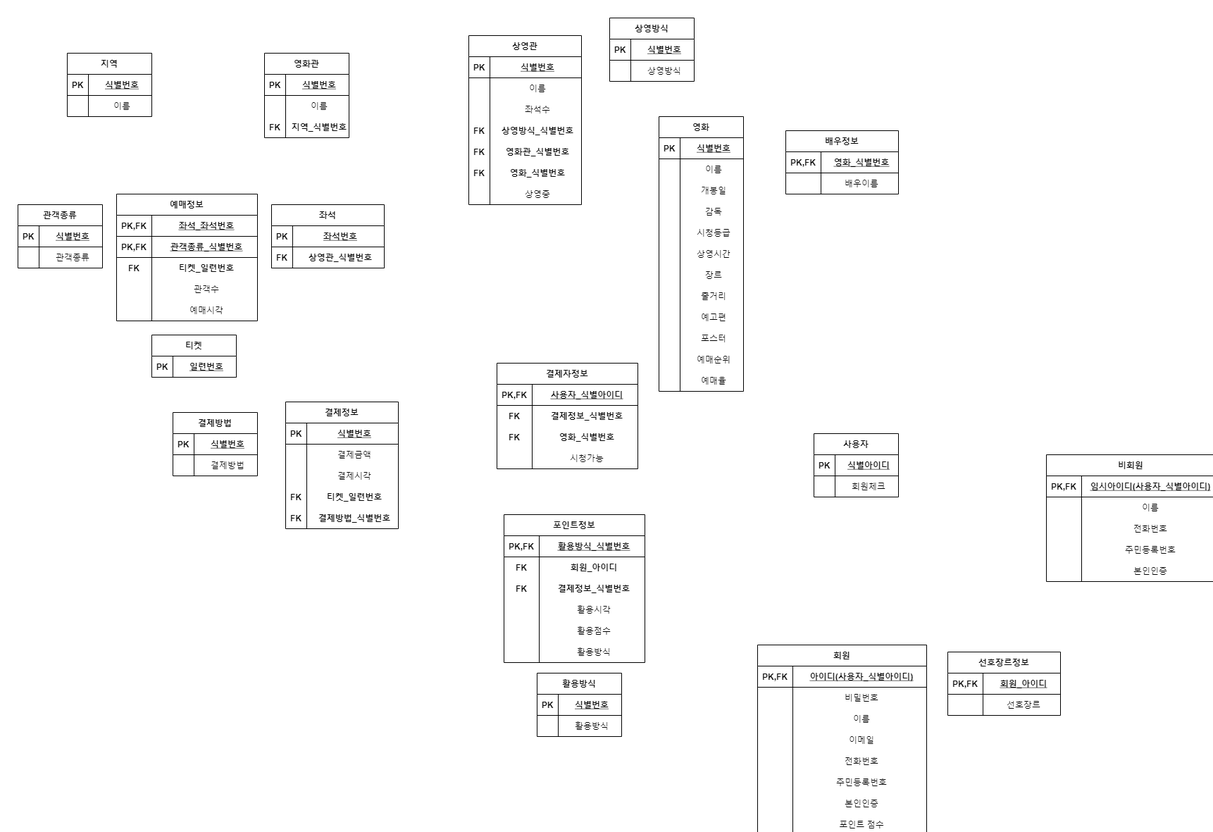
Cinema-System/My-Cinema keeps this draw.io diagram as img/0513_step07.png. Above is the earlier version. Source tidied: cells renumbered, new cells last; positions are measured from the earlier drawing's top-left corner, leaving out a move shared by most shapes.
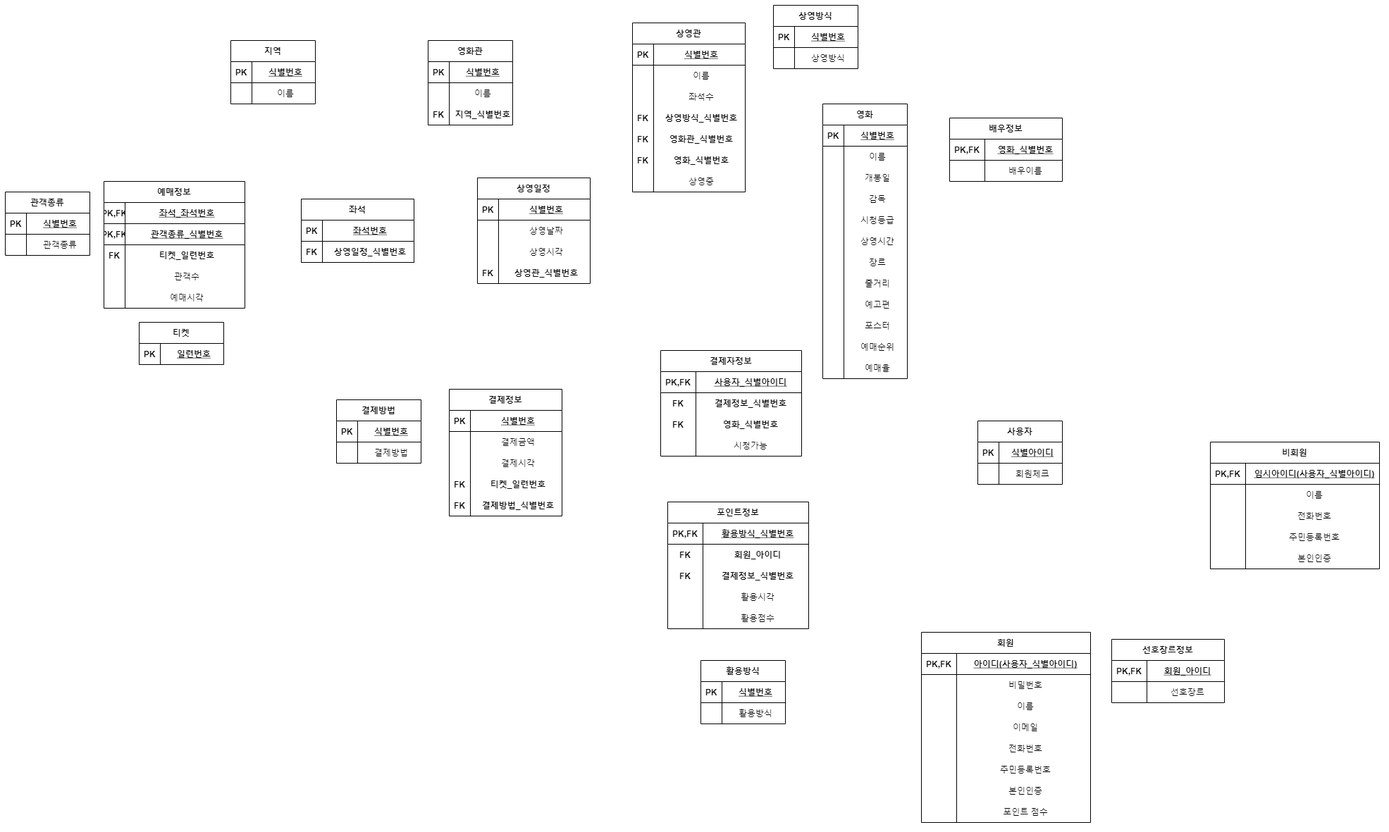
Above is the later version.

Change to the diagram source:
```diff
@@ -142,56 +142,2 @@
     </mxCell>
-    <mxCell id="48" value="좌석" style="shape=table;startSize=30;rowLines=0;fontStyle=1;align=center;" parent="1" vertex="1">
-      <mxGeometry x="360" y="265" width="160" height="90" as="geometry" />
-    </mxCell>
-    <mxCell id="49" style="shape=partialRectangle;fillColor=none;top=0;left=0;bottom=1;right=0;align=center;" parent="48" vertex="1">
-      <mxGeometry y="30" width="160" height="30" as="geometry" />
-    </mxCell>
-    <mxCell id="50" value="PK" style="shape=partialRectangle;fillColor=none;top=0;left=0;bottom=0;right=0;fontStyle=1;overflow=hidden;align=center;" parent="49" vertex="1">
-      <mxGeometry width="30" height="30" as="geometry" />
-    </mxCell>
-    <mxCell id="51" value="좌석번호" style="shape=partialRectangle;fillColor=none;top=0;left=0;bottom=0;right=0;align=center;spacingLeft=6;fontStyle=5;overflow=hidden;" parent="49" vertex="1">
-      <mxGeometry x="30" width="130" height="30" as="geometry" />
-    </mxCell>
-    <mxCell id="52" style="shape=partialRectangle;fillColor=none;top=0;left=0;bottom=1;right=0;align=center;" parent="48" vertex="1">
-      <mxGeometry y="60" width="160" height="30" as="geometry" />
-    </mxCell>
-    <mxCell id="53" value="FK" style="shape=partialRectangle;fillColor=none;top=0;left=0;bottom=0;right=0;fontStyle=1;overflow=hidden;align=center;" parent="52" vertex="1">
-      <mxGeometry width="30" height="30" as="geometry" />
-    </mxCell>
-    <mxCell id="54" value="상영관_식별번호" style="shape=partialRectangle;fillColor=none;top=0;left=0;bottom=0;right=0;align=center;spacingLeft=6;fontStyle=1;overflow=hidden;" parent="52" vertex="1">
-      <mxGeometry x="30" width="130" height="30" as="geometry" />
-    </mxCell>
-    <mxCell id="55" value="관객종류" style="shape=table;startSize=30;rowLines=0;fontStyle=1;align=center;" parent="1" vertex="1">
-      <mxGeometry y="265" width="120" height="90" as="geometry" />
-    </mxCell>
-    <mxCell id="56" style="shape=partialRectangle;fillColor=none;top=0;left=0;bottom=1;right=0;align=center;" parent="55" vertex="1">
-      <mxGeometry y="30" width="120" height="30" as="geometry" />
-    </mxCell>
-    <mxCell id="57" value="PK" style="shape=partialRectangle;fillColor=none;top=0;left=0;bottom=0;right=0;fontStyle=1;overflow=hidden;align=center;" parent="56" vertex="1">
-      <mxGeometry width="30" height="30" as="geometry" />
-    </mxCell>
-    <mxCell id="58" value="식별번호" style="shape=partialRectangle;fillColor=none;top=0;left=0;bottom=0;right=0;align=center;spacingLeft=6;fontStyle=5;overflow=hidden;" parent="56" vertex="1">
-      <mxGeometry x="30" width="90" height="30" as="geometry" />
-    </mxCell>
-    <mxCell id="59" style="shape=partialRectangle;fillColor=none;top=0;left=0;bottom=0;right=0;align=center;" parent="55" vertex="1">
-      <mxGeometry y="60" width="120" height="30" as="geometry" />
-    </mxCell>
-    <mxCell id="60" style="shape=partialRectangle;fillColor=none;top=0;left=0;bottom=0;right=0;overflow=hidden;align=center;" parent="59" vertex="1">
-      <mxGeometry width="30" height="30" as="geometry" />
-    </mxCell>
-    <mxCell id="61" value="관객종류" style="shape=partialRectangle;fillColor=none;top=0;left=0;bottom=0;right=0;align=center;spacingLeft=6;overflow=hidden;" parent="59" vertex="1">
-      <mxGeometry x="30" width="90" height="30" as="geometry" />
-    </mxCell>
-    <mxCell id="62" value="티켓" style="shape=table;startSize=30;rowLines=0;fontStyle=1;align=center;" parent="1" vertex="1">
-      <mxGeometry x="190" y="450" width="120" height="60" as="geometry" />
-    </mxCell>
-    <mxCell id="63" style="shape=partialRectangle;fillColor=none;top=0;left=0;bottom=1;right=0;align=center;" parent="62" vertex="1">
-      <mxGeometry y="30" width="120" height="30" as="geometry" />
-    </mxCell>
-    <mxCell id="64" value="PK" style="shape=partialRectangle;fillColor=none;top=0;left=0;bottom=0;right=0;fontStyle=1;overflow=hidden;align=center;" parent="63" vertex="1">
-      <mxGeometry width="30" height="30" as="geometry" />
-    </mxCell>
-    <mxCell id="65" value="일련번호" style="shape=partialRectangle;fillColor=none;top=0;left=0;bottom=0;right=0;align=center;spacingLeft=6;fontStyle=5;overflow=hidden;" parent="63" vertex="1">
-      <mxGeometry x="30" width="90" height="30" as="geometry" />
-    </mxCell>
     <mxCell id="66" value="결제방법" style="shape=table;startSize=30;rowLines=0;fontStyle=1;align=center;" parent="1" vertex="1">
@@ -259,50 +205,2 @@
     </mxCell>
-    <mxCell id="87" value="예매정보" style="shape=table;startSize=30;rowLines=0;fontStyle=1;align=center;" parent="1" vertex="1">
-      <mxGeometry x="140" y="250" width="200" height="180" as="geometry" />
-    </mxCell>
-    <mxCell id="88" style="shape=partialRectangle;fillColor=none;top=0;left=0;bottom=1;right=0;align=center;" parent="87" vertex="1">
-      <mxGeometry y="30" width="200" height="30" as="geometry" />
-    </mxCell>
-    <mxCell id="89" value="PK,FK" style="shape=partialRectangle;fillColor=none;top=0;left=0;bottom=0;right=0;fontStyle=1;overflow=hidden;align=center;" parent="88" vertex="1">
-      <mxGeometry width="50" height="30" as="geometry" />
-    </mxCell>
-    <mxCell id="90" value="좌석_좌석번호" style="shape=partialRectangle;fillColor=none;top=0;left=0;bottom=0;right=0;align=center;spacingLeft=6;fontStyle=5;overflow=hidden;" parent="88" vertex="1">
-      <mxGeometry x="50" width="150" height="30" as="geometry" />
-    </mxCell>
-    <mxCell id="91" style="shape=partialRectangle;fillColor=none;top=0;left=0;bottom=1;right=0;align=center;" parent="87" vertex="1">
-      <mxGeometry y="60" width="200" height="30" as="geometry" />
-    </mxCell>
-    <mxCell id="92" value="PK,FK" style="shape=partialRectangle;fillColor=none;top=0;left=0;bottom=0;right=0;fontStyle=1;overflow=hidden;align=center;" parent="91" vertex="1">
-      <mxGeometry width="50" height="30" as="geometry" />
-    </mxCell>
-    <mxCell id="93" value="관객종류_식별번호" style="shape=partialRectangle;fillColor=none;top=0;left=0;bottom=0;right=0;align=center;spacingLeft=6;fontStyle=5;overflow=hidden;" parent="91" vertex="1">
-      <mxGeometry x="50" width="150" height="30" as="geometry" />
-    </mxCell>
-    <mxCell id="94" style="shape=partialRectangle;fillColor=none;top=0;left=0;bottom=0;right=0;align=center;" parent="87" vertex="1">
-      <mxGeometry y="90" width="200" height="30" as="geometry" />
-    </mxCell>
-    <mxCell id="95" value="FK" style="shape=partialRectangle;fillColor=none;top=0;left=0;bottom=0;right=0;overflow=hidden;align=center;fontStyle=1;" parent="94" vertex="1">
-      <mxGeometry width="50" height="30" as="geometry" />
-    </mxCell>
-    <mxCell id="96" value="티켓_일련번호" style="shape=partialRectangle;fillColor=none;top=0;left=0;bottom=0;right=0;align=center;spacingLeft=6;overflow=hidden;fontStyle=1;" parent="94" vertex="1">
-      <mxGeometry x="50" width="150" height="30" as="geometry" />
-    </mxCell>
-    <mxCell id="97" style="shape=partialRectangle;fillColor=none;top=0;left=0;bottom=0;right=0;align=center;" parent="87" vertex="1">
-      <mxGeometry y="120" width="200" height="30" as="geometry" />
-    </mxCell>
-    <mxCell id="98" style="shape=partialRectangle;fillColor=none;top=0;left=0;bottom=0;right=0;overflow=hidden;align=center;" parent="97" vertex="1">
-      <mxGeometry width="50" height="30" as="geometry" />
-    </mxCell>
-    <mxCell id="99" value="관객수" style="shape=partialRectangle;fillColor=none;top=0;left=0;bottom=0;right=0;align=center;spacingLeft=6;overflow=hidden;" parent="97" vertex="1">
-      <mxGeometry x="50" width="150" height="30" as="geometry" />
-    </mxCell>
-    <mxCell id="100" style="shape=partialRectangle;fillColor=none;top=0;left=0;bottom=0;right=0;align=center;" parent="87" vertex="1">
-      <mxGeometry y="150" width="200" height="30" as="geometry" />
-    </mxCell>
-    <mxCell id="101" style="shape=partialRectangle;fillColor=none;top=0;left=0;bottom=0;right=0;overflow=hidden;align=center;" parent="100" vertex="1">
-      <mxGeometry width="50" height="30" as="geometry" />
-    </mxCell>
-    <mxCell id="102" value="예매시각" style="shape=partialRectangle;fillColor=none;top=0;left=0;bottom=0;right=0;align=center;spacingLeft=6;overflow=hidden;" parent="100" vertex="1">
-      <mxGeometry x="50" width="150" height="30" as="geometry" />
-    </mxCell>
     <mxCell id="103" value="영화" style="shape=table;startSize=30;rowLines=0;fontStyle=1;align=center;" parent="1" vertex="1">
@@ -584,3 +482,3 @@
     <mxCell id="195" value="포인트정보" style="shape=table;startSize=30;rowLines=0;fontStyle=1;align=center;" parent="1" vertex="1">
-      <mxGeometry x="690" y="705" width="200" height="210" as="geometry" />
+      <mxGeometry x="690" y="705" width="200" height="180" as="geometry" />
     </mxCell>
@@ -631,11 +529,2 @@
     </mxCell>
-    <mxCell id="211" style="shape=partialRectangle;fillColor=none;top=0;left=0;bottom=0;right=0;align=center;" parent="195" vertex="1">
-      <mxGeometry y="180" width="200" height="30" as="geometry" />
-    </mxCell>
-    <mxCell id="212" style="shape=partialRectangle;fillColor=none;top=0;left=0;bottom=0;right=0;overflow=hidden;align=center;" parent="211" vertex="1">
-      <mxGeometry width="50" height="30" as="geometry" />
-    </mxCell>
-    <mxCell id="213" value="활용방식" style="shape=partialRectangle;fillColor=none;top=0;left=0;bottom=0;right=0;align=center;spacingLeft=6;overflow=hidden;" parent="211" vertex="1">
-      <mxGeometry x="50" width="150" height="30" as="geometry" />
-    </mxCell>
     <mxCell id="214" value="결제정보" style="shape=table;startSize=30;rowLines=0;fontStyle=1;align=center;" parent="1" vertex="1">
@@ -727,2 +616,143 @@
     </mxCell>
+    <mxCell id="55" value="관객종류" style="shape=table;startSize=30;rowLines=0;fontStyle=1;align=center;" parent="1" vertex="1">
+      <mxGeometry x="-250" y="265" width="120" height="90" as="geometry" />
+    </mxCell>
+    <mxCell id="243" style="shape=partialRectangle;fillColor=none;top=0;left=0;bottom=1;right=0;align=center;" parent="55" vertex="1">
+      <mxGeometry y="30" width="120" height="30" as="geometry" />
+    </mxCell>
+    <mxCell id="244" value="PK" style="shape=partialRectangle;fillColor=none;top=0;left=0;bottom=0;right=0;fontStyle=1;overflow=hidden;align=center;" parent="243" vertex="1">
+      <mxGeometry width="30" height="30" as="geometry" />
+    </mxCell>
+    <mxCell id="58" value="식별번호" style="shape=partialRectangle;fillColor=none;top=0;left=0;bottom=0;right=0;align=center;spacingLeft=6;fontStyle=5;overflow=hidden;" parent="243" vertex="1">
+      <mxGeometry x="30" width="90" height="30" as="geometry" />
+    </mxCell>
+    <mxCell id="59" style="shape=partialRectangle;fillColor=none;top=0;left=0;bottom=0;right=0;align=center;" parent="55" vertex="1">
+      <mxGeometry y="60" width="120" height="30" as="geometry" />
+    </mxCell>
+    <mxCell id="245" style="shape=partialRectangle;fillColor=none;top=0;left=0;bottom=0;right=0;overflow=hidden;align=center;" parent="59" vertex="1">
+      <mxGeometry width="30" height="30" as="geometry" />
+    </mxCell>
+    <mxCell id="61" value="관객종류" style="shape=partialRectangle;fillColor=none;top=0;left=0;bottom=0;right=0;align=center;spacingLeft=6;overflow=hidden;" parent="59" vertex="1">
+      <mxGeometry x="30" width="90" height="30" as="geometry" />
+    </mxCell>
+    <mxCell id="62" value="티켓" style="shape=table;startSize=30;rowLines=0;fontStyle=1;align=center;" parent="1" vertex="1">
+      <mxGeometry x="-60" y="450" width="120" height="60" as="geometry" />
+    </mxCell>
+    <mxCell id="246" style="shape=partialRectangle;fillColor=none;top=0;left=0;bottom=1;right=0;align=center;" parent="62" vertex="1">
+      <mxGeometry y="30" width="120" height="30" as="geometry" />
+    </mxCell>
+    <mxCell id="247" value="PK" style="shape=partialRectangle;fillColor=none;top=0;left=0;bottom=0;right=0;fontStyle=1;overflow=hidden;align=center;" parent="246" vertex="1">
+      <mxGeometry width="30" height="30" as="geometry" />
+    </mxCell>
+    <mxCell id="65" value="일련번호" style="shape=partialRectangle;fillColor=none;top=0;left=0;bottom=0;right=0;align=center;spacingLeft=6;fontStyle=5;overflow=hidden;" parent="246" vertex="1">
+      <mxGeometry x="30" width="90" height="30" as="geometry" />
+    </mxCell>
+    <mxCell id="87" value="예매정보" style="shape=table;startSize=30;rowLines=0;fontStyle=1;align=center;" parent="1" vertex="1">
+      <mxGeometry x="-110" y="250" width="200" height="180" as="geometry" />
+    </mxCell>
+    <mxCell id="88" style="shape=partialRectangle;fillColor=none;top=0;left=0;bottom=1;right=0;align=center;" parent="87" vertex="1">
+      <mxGeometry y="30" width="200" height="30" as="geometry" />
+    </mxCell>
+    <mxCell id="248" value="PK,FK" style="shape=partialRectangle;fillColor=none;top=0;left=0;bottom=0;right=0;fontStyle=1;overflow=hidden;align=center;" parent="88" vertex="1">
+      <mxGeometry width="30" height="30" as="geometry" />
+    </mxCell>
+    <mxCell id="90" value="좌석_좌석번호" style="shape=partialRectangle;fillColor=none;top=0;left=0;bottom=0;right=0;align=center;spacingLeft=6;fontStyle=5;overflow=hidden;" parent="88" vertex="1">
+      <mxGeometry x="30" width="170" height="30" as="geometry" />
+    </mxCell>
+    <mxCell id="91" style="shape=partialRectangle;fillColor=none;top=0;left=0;bottom=1;right=0;align=center;" parent="87" vertex="1">
+      <mxGeometry y="60" width="200" height="30" as="geometry" />
+    </mxCell>
+    <mxCell id="249" value="PK,FK" style="shape=partialRectangle;fillColor=none;top=0;left=0;bottom=0;right=0;fontStyle=1;overflow=hidden;align=center;" parent="91" vertex="1">
+      <mxGeometry width="30" height="30" as="geometry" />
+    </mxCell>
+    <mxCell id="93" value="관객종류_식별번호" style="shape=partialRectangle;fillColor=none;top=0;left=0;bottom=0;right=0;align=center;spacingLeft=6;fontStyle=5;overflow=hidden;" parent="91" vertex="1">
+      <mxGeometry x="30" width="170" height="30" as="geometry" />
+    </mxCell>
+    <mxCell id="94" style="shape=partialRectangle;fillColor=none;top=0;left=0;bottom=0;right=0;align=center;" parent="87" vertex="1">
+      <mxGeometry y="90" width="200" height="30" as="geometry" />
+    </mxCell>
+    <mxCell id="250" value="FK" style="shape=partialRectangle;fillColor=none;top=0;left=0;bottom=0;right=0;overflow=hidden;align=center;fontStyle=1;" parent="94" vertex="1">
+      <mxGeometry width="30" height="30" as="geometry" />
+    </mxCell>
+    <mxCell id="96" value="티켓_일련번호" style="shape=partialRectangle;fillColor=none;top=0;left=0;bottom=0;right=0;align=center;spacingLeft=6;overflow=hidden;fontStyle=1;" parent="94" vertex="1">
+      <mxGeometry x="30" width="170" height="30" as="geometry" />
+    </mxCell>
+    <mxCell id="97" style="shape=partialRectangle;fillColor=none;top=0;left=0;bottom=0;right=0;align=center;" parent="87" vertex="1">
+      <mxGeometry y="120" width="200" height="30" as="geometry" />
+    </mxCell>
+    <mxCell id="251" style="shape=partialRectangle;fillColor=none;top=0;left=0;bottom=0;right=0;overflow=hidden;align=center;" parent="97" vertex="1">
+      <mxGeometry width="30" height="30" as="geometry" />
+    </mxCell>
+    <mxCell id="99" value="관객수" style="shape=partialRectangle;fillColor=none;top=0;left=0;bottom=0;right=0;align=center;spacingLeft=6;overflow=hidden;" parent="97" vertex="1">
+      <mxGeometry x="30" width="170" height="30" as="geometry" />
+    </mxCell>
+    <mxCell id="100" style="shape=partialRectangle;fillColor=none;top=0;left=0;bottom=0;right=0;align=center;" parent="87" vertex="1">
+      <mxGeometry y="150" width="200" height="30" as="geometry" />
+    </mxCell>
+    <mxCell id="252" style="shape=partialRectangle;fillColor=none;top=0;left=0;bottom=0;right=0;overflow=hidden;align=center;" parent="100" vertex="1">
+      <mxGeometry width="30" height="30" as="geometry" />
+    </mxCell>
+    <mxCell id="102" value="예매시각" style="shape=partialRectangle;fillColor=none;top=0;left=0;bottom=0;right=0;align=center;spacingLeft=6;overflow=hidden;" parent="100" vertex="1">
+      <mxGeometry x="30" width="170" height="30" as="geometry" />
+    </mxCell>
+    <mxCell id="48" value="좌석" style="shape=table;startSize=30;rowLines=0;fontStyle=1;align=center;" parent="1" vertex="1">
+      <mxGeometry x="170" y="275" width="160" height="90" as="geometry" />
+    </mxCell>
+    <mxCell id="253" style="shape=partialRectangle;fillColor=none;top=0;left=0;bottom=1;right=0;align=center;" parent="48" vertex="1">
+      <mxGeometry y="30" width="160" height="30" as="geometry" />
+    </mxCell>
+    <mxCell id="254" value="PK" style="shape=partialRectangle;fillColor=none;top=0;left=0;bottom=0;right=0;fontStyle=1;overflow=hidden;align=center;" parent="253" vertex="1">
+      <mxGeometry width="30" height="30" as="geometry" />
+    </mxCell>
+    <mxCell id="51" value="좌석번호" style="shape=partialRectangle;fillColor=none;top=0;left=0;bottom=0;right=0;align=center;spacingLeft=6;fontStyle=5;overflow=hidden;" parent="253" vertex="1">
+      <mxGeometry x="30" width="130" height="30" as="geometry" />
+    </mxCell>
+    <mxCell id="52" style="shape=partialRectangle;fillColor=none;top=0;left=0;bottom=1;right=0;align=center;" parent="48" vertex="1">
+      <mxGeometry y="60" width="160" height="30" as="geometry" />
+    </mxCell>
+    <mxCell id="53" value="FK" style="shape=partialRectangle;fillColor=none;top=0;left=0;bottom=0;right=0;fontStyle=1;overflow=hidden;align=center;" parent="52" vertex="1">
+      <mxGeometry width="30" height="30" as="geometry" />
+    </mxCell>
+    <mxCell id="255" value="상영일정_식별번호" style="shape=partialRectangle;fillColor=none;top=0;left=0;bottom=0;right=0;align=center;spacingLeft=6;fontStyle=1;overflow=hidden;" parent="52" vertex="1">
+      <mxGeometry x="30" width="130" height="30" as="geometry" />
+    </mxCell>
+    <mxCell id="256" value="상영일정" style="shape=table;startSize=30;rowLines=0;fontStyle=1;align=center;" parent="1" vertex="1">
+      <mxGeometry x="420" y="245" width="160" height="150" as="geometry" />
+    </mxCell>
+    <mxCell id="257" style="shape=partialRectangle;fillColor=none;top=0;left=0;bottom=1;right=0;align=center;" parent="256" vertex="1">
+      <mxGeometry y="30" width="160" height="30" as="geometry" />
+    </mxCell>
+    <mxCell id="258" value="PK" style="shape=partialRectangle;fillColor=none;top=0;left=0;bottom=0;right=0;fontStyle=1;overflow=hidden;align=center;" parent="257" vertex="1">
+      <mxGeometry width="30" height="30" as="geometry" />
+    </mxCell>
+    <mxCell id="259" value="식별번호" style="shape=partialRectangle;fillColor=none;top=0;left=0;bottom=0;right=0;align=center;spacingLeft=6;fontStyle=5;overflow=hidden;" parent="257" vertex="1">
+      <mxGeometry x="30" width="130" height="30" as="geometry" />
+    </mxCell>
+    <mxCell id="260" style="shape=partialRectangle;fillColor=none;top=0;left=0;bottom=0;right=0;align=center;" parent="256" vertex="1">
+      <mxGeometry y="60" width="160" height="30" as="geometry" />
+    </mxCell>
+    <mxCell id="261" style="shape=partialRectangle;fillColor=none;top=0;left=0;bottom=0;right=0;overflow=hidden;align=center;" parent="260" vertex="1">
+      <mxGeometry width="30" height="30" as="geometry" />
+    </mxCell>
+    <mxCell id="262" value="상영날짜" style="shape=partialRectangle;fillColor=none;top=0;left=0;bottom=0;right=0;align=center;spacingLeft=6;overflow=hidden;" parent="260" vertex="1">
+      <mxGeometry x="30" width="130" height="30" as="geometry" />
+    </mxCell>
+    <mxCell id="263" style="shape=partialRectangle;fillColor=none;top=0;left=0;bottom=0;right=0;align=center;" parent="256" vertex="1">
+      <mxGeometry y="90" width="160" height="30" as="geometry" />
+    </mxCell>
+    <mxCell id="264" style="shape=partialRectangle;fillColor=none;top=0;left=0;bottom=0;right=0;overflow=hidden;align=center;" parent="263" vertex="1">
+      <mxGeometry width="30" height="30" as="geometry" />
+    </mxCell>
+    <mxCell id="265" value="상영시각" style="shape=partialRectangle;fillColor=none;top=0;left=0;bottom=0;right=0;align=center;spacingLeft=6;overflow=hidden;" parent="263" vertex="1">
+      <mxGeometry x="30" width="130" height="30" as="geometry" />
+    </mxCell>
+    <mxCell id="266" style="shape=partialRectangle;fillColor=none;top=0;left=0;bottom=0;right=0;align=center;" parent="256" vertex="1">
+      <mxGeometry y="120" width="160" height="30" as="geometry" />
+    </mxCell>
+    <mxCell id="267" value="FK" style="shape=partialRectangle;fillColor=none;top=0;left=0;bottom=0;right=0;overflow=hidden;align=center;fontStyle=1;" parent="266" vertex="1">
+      <mxGeometry width="30" height="30" as="geometry" />
+    </mxCell>
+    <mxCell id="54" value="상영관_식별번호" style="shape=partialRectangle;fillColor=none;top=0;left=0;bottom=0;right=0;align=center;spacingLeft=6;overflow=hidden;fontStyle=1;" parent="266" vertex="1">
+      <mxGeometry x="30" width="130" height="30" as="geometry" />
+    </mxCell>
   </root>
```
